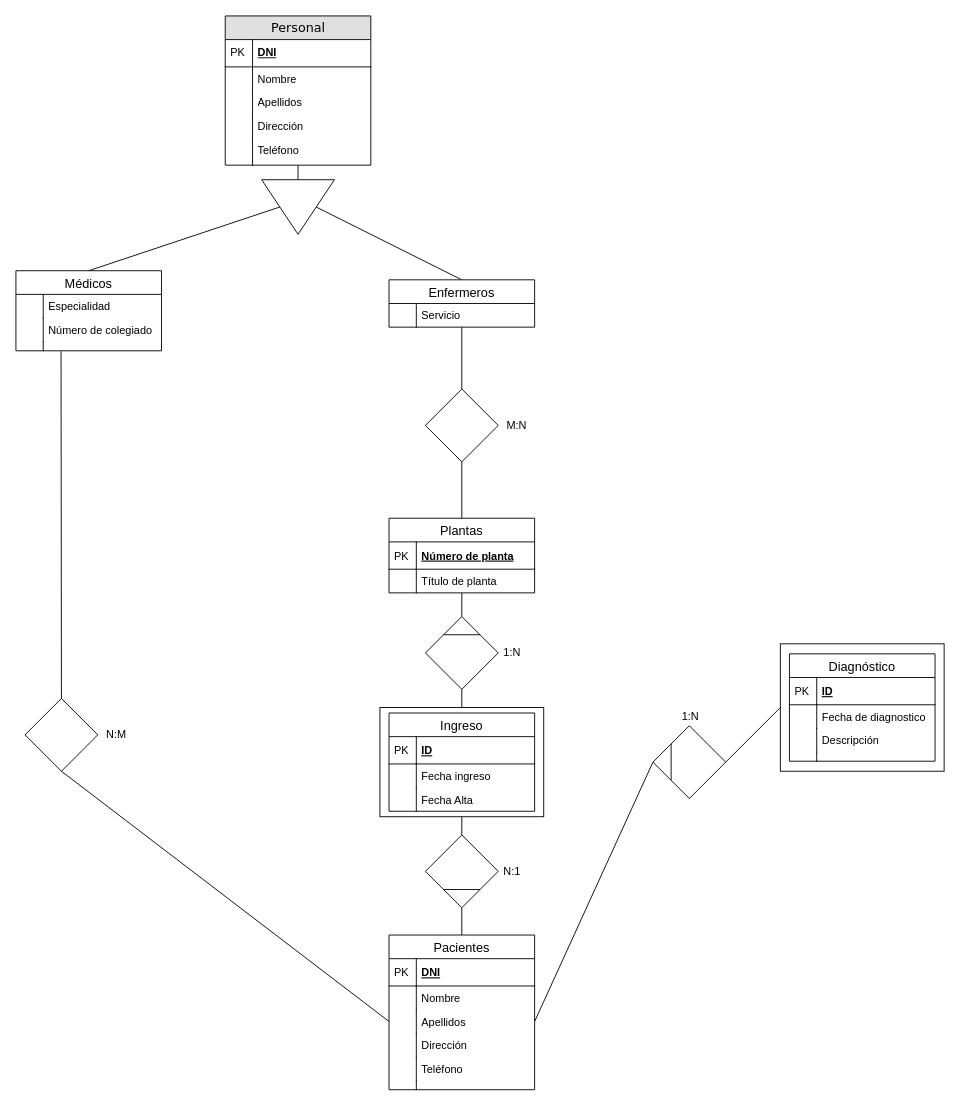
piter1902/BBDD2_1920 keeps this draw.io diagram as Practica3/enunciado parte 2/SEGUNDO_diagramER_PostgreSQL.drawio. Above is the earlier version. Source tidied: cells renumbered, new cells numbered last; positions are measured from the earlier drawing's top-left corner, leaving out a move shared by most shapes. Both pictures are drawn from the tidied source at 91%, with x=0, y=0 at pixel (15, 15).
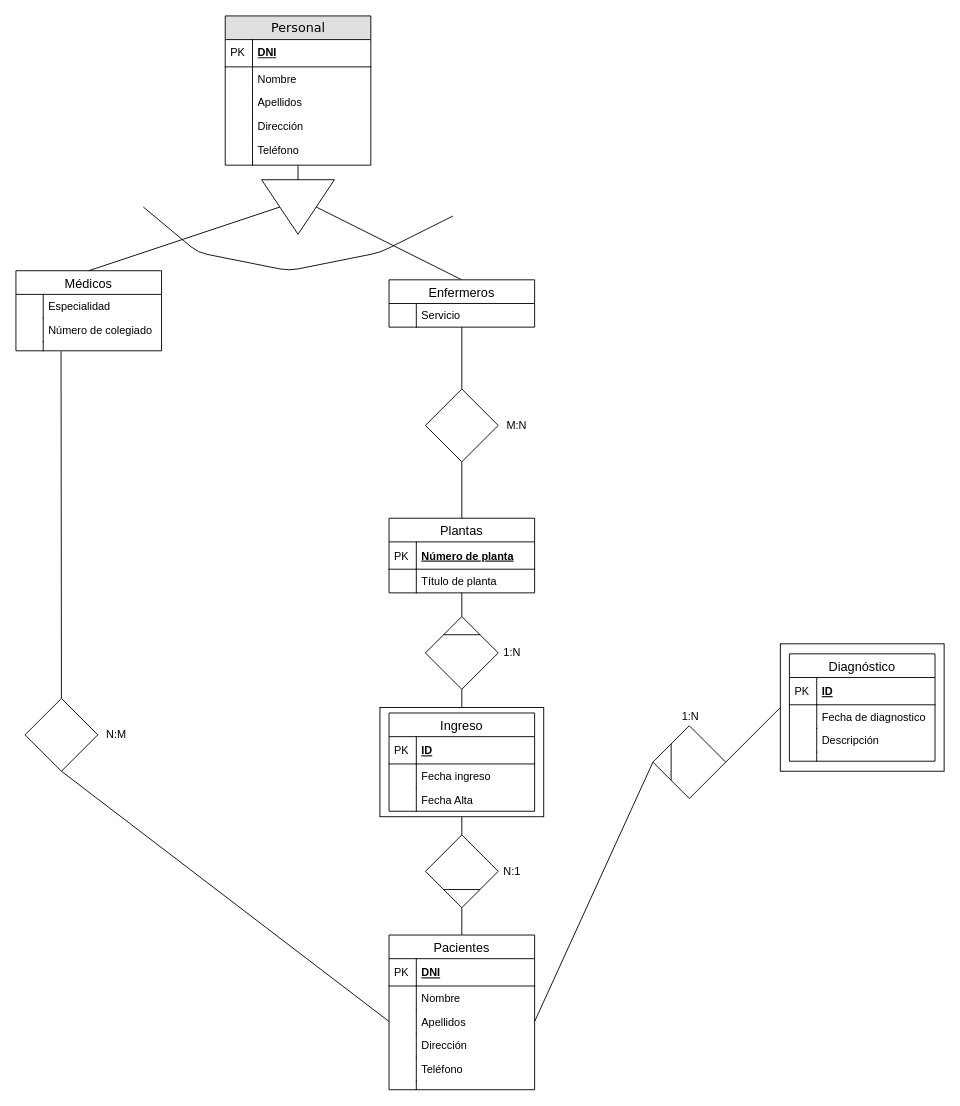
The same page after the edit.

Commit message (it also covers changes not shown here):
Diagrama actualizado

Diff of the diagram source:
```diff
@@
+    <mxCell id="88" style="endArrow=none;html=1;" parent="1" edge="1">
+      <mxGeometry relative="1" as="geometry">
+        <mxPoint x="140" y="210" as="sourcePoint" />
+        <mxPoint x="480" y="220" as="targetPoint" />
+        <Array as="points">
+          <mxPoint x="200" y="260" />
+          <mxPoint x="300" y="280" />
+          <mxPoint x="400" y="260" />
+        </Array>
+      </mxGeometry>
+    </mxCell>
```
